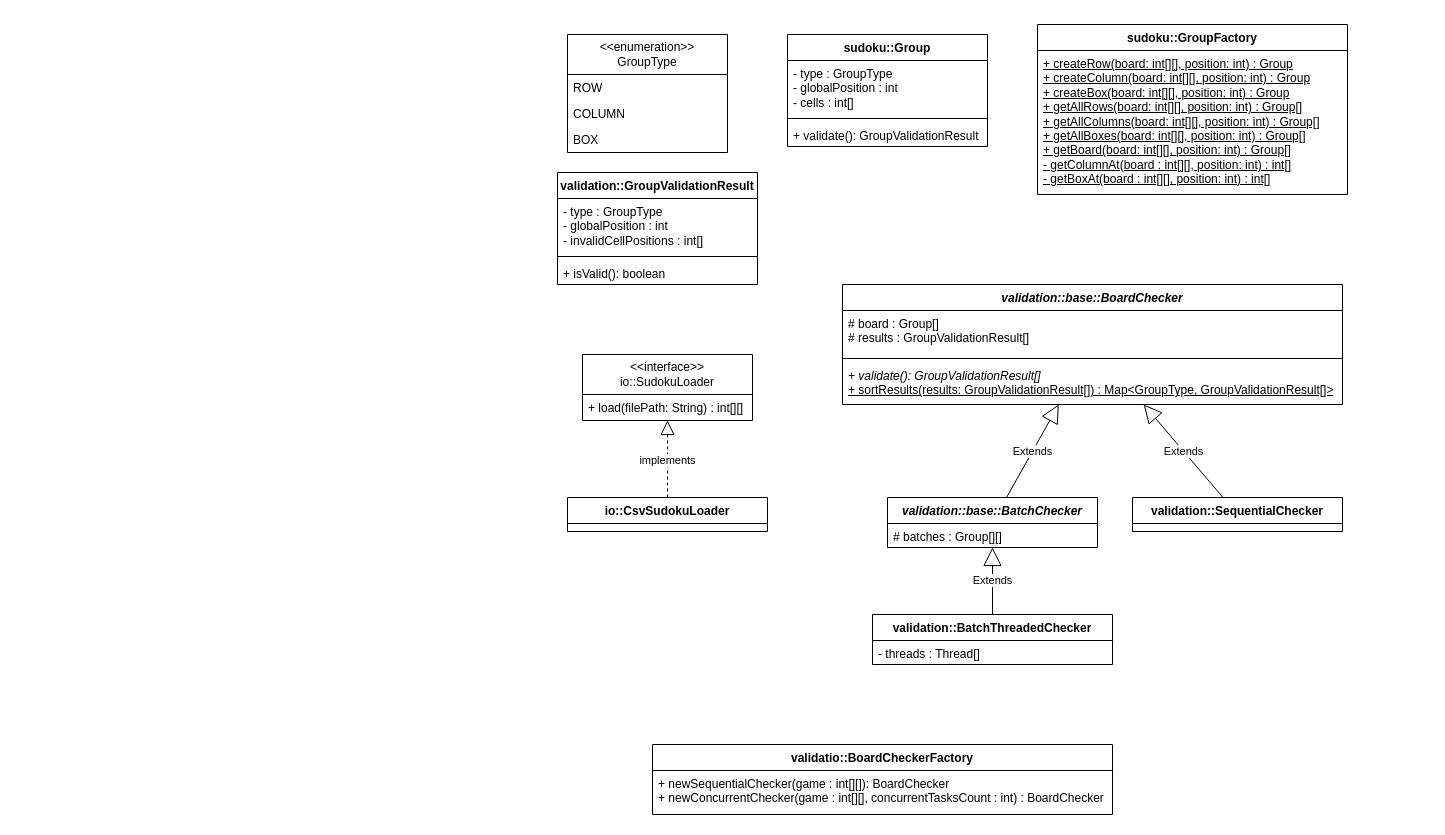
Before: Diagrams/Class Diagram.drawio in y-samy/Sudoku-Solution-Checker, a draw.io diagram. Source tidied: cells renumbered, new cells numbered last; positions are measured from the earlier drawing's top-left corner, leaving out a move shared by most shapes. Both pictures are drawn from the tidied source at 100%, with x=0, y=0 at pixel (557, 24).
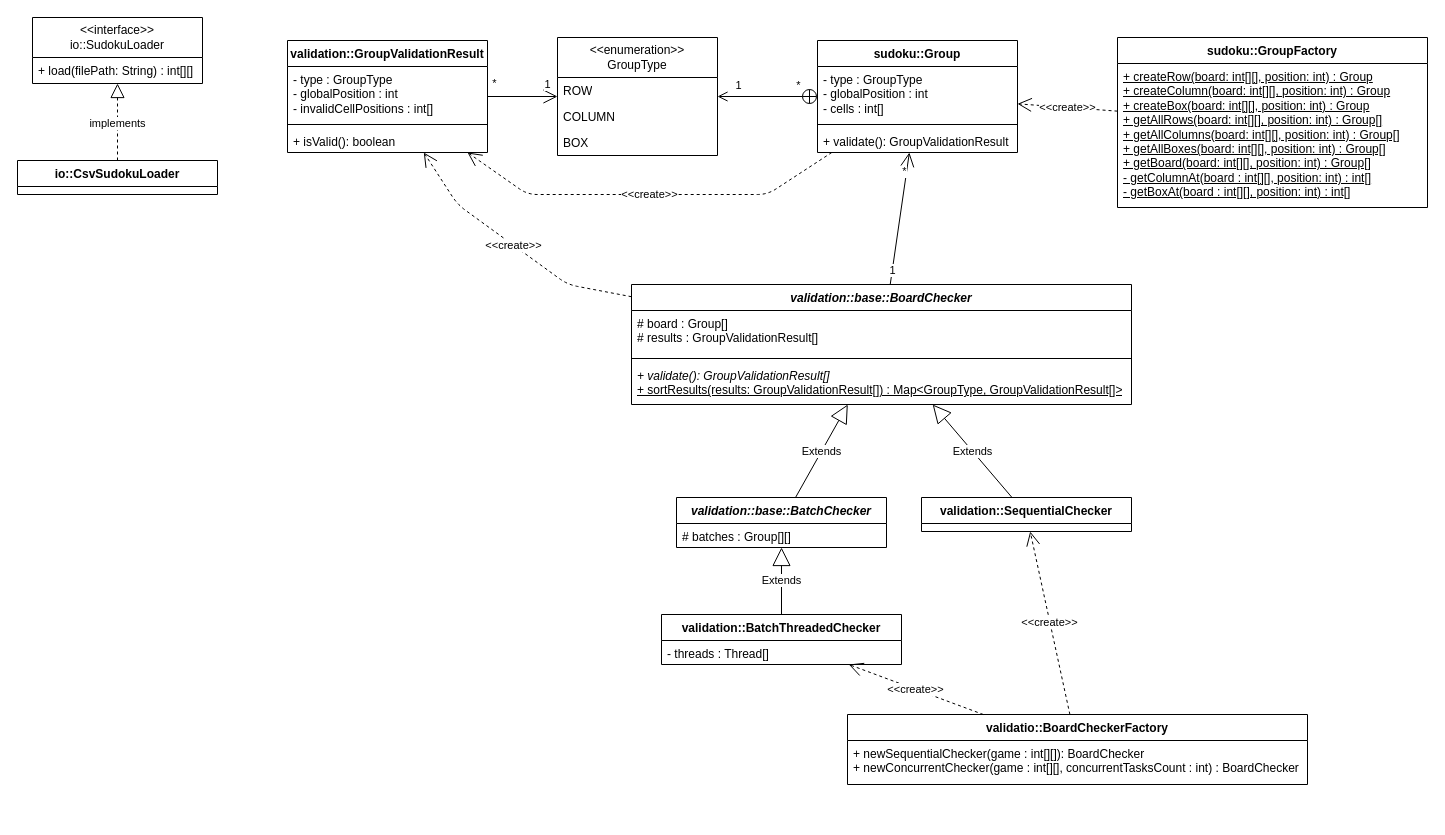
The same page after the edit.

Commit message:
Class diagram appears to be done

Diff of the diagram source:
```diff
@@
     <mxCell id="2" value="sudoku::Group" style="swimlane;fontStyle=1;align=center;verticalAlign=top;horizontal=1;startSize=26;whiteSpace=wrap;html=1;" parent="1" vertex="1">
-      <mxGeometry x="230" y="10" width="200" height="112" as="geometry" />
+      <mxGeometry x="260" y="16" width="200" height="112" as="geometry" />
     </mxCell>
@@
     <mxCell id="6" value="&amp;lt;&amp;lt;enumeration&amp;gt;&amp;gt;&lt;div&gt;GroupType&lt;/div&gt;" style="swimlane;fontStyle=0;horizontal=1;startSize=40;fillColor=none;whiteSpace=wrap;html=1;" parent="1" vertex="1">
-      <mxGeometry x="10" y="10" width="160" height="118" as="geometry" />
+      <mxGeometry y="13" width="160" height="118" as="geometry" />
     </mxCell>
@@
     <mxCell id="10" value="sudoku::GroupFactory" style="swimlane;fontStyle=1;align=center;verticalAlign=top;horizontal=1;startSize=26;whiteSpace=wrap;html=1;" parent="1" vertex="1">
-      <mxGeometry x="480" width="310" height="170" as="geometry" />
+      <mxGeometry x="560" y="13" width="310" height="170" as="geometry" />
     </mxCell>
@@
     <mxCell id="12" value="&amp;lt;&amp;lt;interface&amp;gt;&amp;gt;&lt;div&gt;io::SudokuLoader&lt;/div&gt;" style="swimlane;fontStyle=0;horizontal=1;startSize=40;fillColor=none;whiteSpace=wrap;html=1;" parent="1" vertex="1">
-      <mxGeometry x="25" y="330" width="170" height="66" as="geometry" />
+      <mxGeometry x="-525" y="-7" width="170" height="66" as="geometry" />
     </mxCell>
@@
     <mxCell id="14" value="io::CsvSudokuLoader" style="swimlane;fontStyle=1;align=center;verticalAlign=top;horizontal=1;startSize=26;whiteSpace=wrap;html=1;" parent="1" vertex="1">
-      <mxGeometry x="10" y="473" width="200" height="34" as="geometry" />
+      <mxGeometry x="-540" y="136" width="200" height="34" as="geometry" />
     </mxCell>
@@
     <mxCell id="17" value="&lt;i&gt;validation::base::BoardChecker&lt;/i&gt;" style="swimlane;fontStyle=1;align=center;verticalAlign=top;horizontal=1;startSize=26;whiteSpace=wrap;html=1;" parent="1" vertex="1">
-      <mxGeometry x="285" y="260" width="500" height="120" as="geometry" />
+      <mxGeometry x="74" y="260" width="500" height="120" as="geometry" />
     </mxCell>
@@
     <mxCell id="21" value="&lt;i&gt;validation::base::BatchChecker&lt;/i&gt;" style="swimlane;fontStyle=1;align=center;verticalAlign=top;horizontal=1;startSize=26;whiteSpace=wrap;html=1;" parent="1" vertex="1">
-      <mxGeometry x="330" y="473" width="210" height="50" as="geometry" />
+      <mxGeometry x="119" y="473" width="210" height="50" as="geometry" />
     </mxCell>
@@
     <mxCell id="24" value="validation::SequentialChecker" style="swimlane;fontStyle=1;align=center;verticalAlign=top;horizontal=1;startSize=26;whiteSpace=wrap;html=1;" parent="1" vertex="1">
-      <mxGeometry x="575" y="473" width="210" height="34" as="geometry" />
+      <mxGeometry x="364" y="473" width="210" height="34" as="geometry" />
     </mxCell>
@@
     <mxCell id="26" value="validation::BatchThreadedChecker" style="swimlane;fontStyle=1;align=center;verticalAlign=top;horizontal=1;startSize=26;whiteSpace=wrap;html=1;" parent="1" vertex="1">
-      <mxGeometry x="315" y="590" width="240" height="50" as="geometry" />
+      <mxGeometry x="104" y="590" width="240" height="50" as="geometry" />
     </mxCell>
@@
     <mxCell id="29" value="validatio::BoardCheckerFactory" style="swimlane;fontStyle=1;align=center;verticalAlign=top;horizontal=1;startSize=26;whiteSpace=wrap;html=1;" parent="1" vertex="1">
-      <mxGeometry x="95" y="720" width="460" height="70" as="geometry" />
+      <mxGeometry x="290" y="690" width="460" height="70" as="geometry" />
     </mxCell>
@@
     <mxCell id="31" value="validation::GroupValidationResult" style="swimlane;fontStyle=1;align=center;verticalAlign=top;horizontal=1;startSize=26;whiteSpace=wrap;html=1;" parent="1" vertex="1">
-      <mxGeometry y="148" width="200" height="112" as="geometry" />
+      <mxGeometry x="-270" y="16" width="200" height="112" as="geometry" />
     </mxCell>
@@
+    <mxCell id="35" style="endArrow=open;startArrow=circlePlus;endFill=0;startFill=0;endSize=8;html=1;" parent="1" edge="1" source="2" target="6">
+      <mxGeometry relative="1" as="geometry" />
+    </mxCell>
+    <mxCell id="36" value="1" style="edgeLabel;html=1;align=center;verticalAlign=middle;" parent="35" vertex="1">
+      <mxGeometry x="0.74" y="3" relative="1" as="geometry">
+        <mxPoint x="7" y="-15" as="offset" />
+      </mxGeometry>
+    </mxCell>
+    <mxCell id="37" value="*" style="edgeLabel;html=1;align=center;verticalAlign=middle;" parent="35" vertex="1">
+      <mxGeometry x="-0.78" y="7" relative="1" as="geometry">
+        <mxPoint x="-9" y="-19" as="offset" />
+      </mxGeometry>
+    </mxCell>
+    <mxCell id="38" style="endArrow=open;endFill=1;endSize=12;html=1;" parent="1" edge="1" source="31" target="6">
+      <mxGeometry relative="1" as="geometry" />
+    </mxCell>
+    <mxCell id="39" value="1" style="edgeLabel;html=1;align=center;verticalAlign=middle;" parent="38" vertex="1">
+      <mxGeometry x="0.27" y="1" relative="1" as="geometry">
+        <mxPoint x="15" y="-12" as="offset" />
+      </mxGeometry>
+    </mxCell>
+    <mxCell id="40" value="*" style="edgeLabel;html=1;align=center;verticalAlign=middle;" parent="1" vertex="1">
+      <mxGeometry x="-29" y="62" as="geometry">
+        <mxPoint x="-35" y="-4" as="offset" />
+      </mxGeometry>
+    </mxCell>
+    <mxCell id="41" value="&amp;lt;&amp;lt;create&amp;gt;&amp;gt;" style="endArrow=open;endSize=12;dashed=1;html=1;" parent="1" edge="1" source="2" target="31">
+      <mxGeometry relative="1" as="geometry">
+        <Array as="points">
+          <mxPoint x="210" y="170" />
+          <mxPoint x="-30" y="170" />
+        </Array>
+      </mxGeometry>
+    </mxCell>
+    <mxCell id="42" value="&amp;lt;&amp;lt;create&amp;gt;&amp;gt;" style="endArrow=open;endSize=12;dashed=1;html=1;" parent="1" edge="1" source="10" target="2">
+      <mxGeometry relative="1" as="geometry" />
+    </mxCell>
+    <mxCell id="43" value="&amp;lt;&amp;lt;create&amp;gt;&amp;gt;" style="endArrow=open;endSize=12;dashed=1;html=1;" parent="1" edge="1" source="29" target="26">
+      <mxGeometry relative="1" as="geometry" />
+    </mxCell>
+    <mxCell id="44" style="endArrow=open;endFill=1;endSize=12;html=1;" parent="1" edge="1" source="17" target="2">
+      <mxGeometry relative="1" as="geometry" />
+    </mxCell>
+    <mxCell id="45" value="1" style="edgeLabel;html=1;align=center;verticalAlign=middle;" parent="44" vertex="1">
+      <mxGeometry x="-0.78" relative="1" as="geometry" />
+    </mxCell>
+    <mxCell id="46" value="*" style="edgeLabel;html=1;align=center;verticalAlign=middle;" parent="44" vertex="1">
+      <mxGeometry x="0.71" y="3" relative="1" as="geometry" />
+    </mxCell>
+    <mxCell id="47" value="&amp;lt;&amp;lt;create&amp;gt;&amp;gt;" style="endArrow=open;endSize=12;dashed=1;html=1;" parent="1" edge="1" source="17" target="31">
+      <mxGeometry relative="1" as="geometry">
+        <Array as="points">
+          <mxPoint x="10" y="260" />
+          <mxPoint x="-100" y="180" />
+        </Array>
+      </mxGeometry>
+    </mxCell>
+    <mxCell id="48" value="&amp;lt;&amp;lt;create&amp;gt;&amp;gt;" style="endArrow=open;endSize=12;dashed=1;html=1;" parent="1" edge="1" source="29" target="24">
+      <mxGeometry relative="1" as="geometry" />
+    </mxCell>
```
